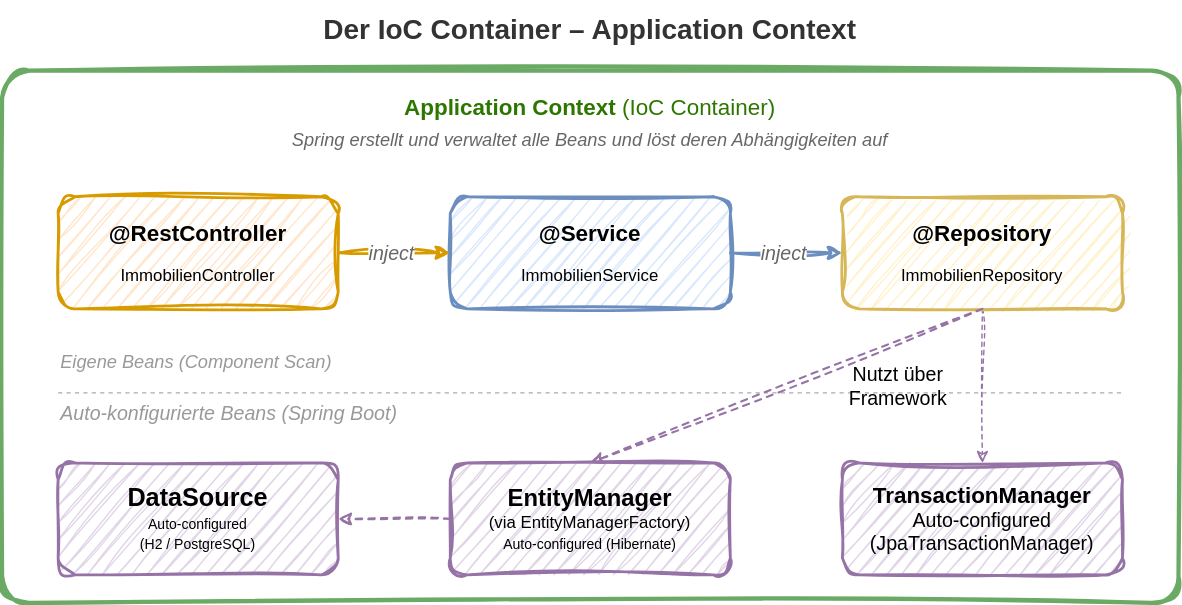
Above: slides/02-spring-boot-basics/images/ioc-container.drawio.svg in it-erben/training-domain-driven-design (draw.io), before the change. Source tidied: cells renumbered, new cells last; positions are measured from the earlier drawing's top-left corner, leaving out a move shared by most shapes. The source it was exported from:
```xml
<mxGraphModel>
  <root>
    <mxCell id="0" />
    <mxCell id="1" parent="0" />
    <mxCell id="2" value="Der IoC Container – Application Context" style="text;html=1;fontSize=20;fontStyle=1;align=center;verticalAlign=middle;whiteSpace=wrap;fontColor=#333333;" parent="1" vertex="1">
      <mxGeometry x="120" width="600" height="40" as="geometry" />
    </mxCell>
    <mxCell id="3" style="rounded=1;whiteSpace=wrap;html=1;fillColor=none;strokeColor=#6aaa64;strokeWidth=3;arcSize=5;dashed=0;sketch=1;curveFitting=1;jiggle=2;" parent="1" vertex="1">
      <mxGeometry y="50" width="840" height="380" as="geometry" />
    </mxCell>
    <mxCell id="4" value="&lt;b&gt;Application Context&lt;/b&gt;  (IoC Container)" style="text;html=1;fontSize=16;align=center;verticalAlign=top;whiteSpace=wrap;fontColor=#2d7600;" parent="1" vertex="1">
      <mxGeometry x="200" y="60" width="440" height="30" as="geometry" />
    </mxCell>
    <mxCell id="5" value="&lt;font style=&quot;font-size: 13px;&quot;&gt;Spring erstellt und verwaltet alle Beans und löst deren Abhängigkeiten auf&lt;/font&gt;" style="text;html=1;fontSize=11;align=center;verticalAlign=middle;whiteSpace=wrap;fontColor=#666666;fontStyle=2;" parent="1" vertex="1">
      <mxGeometry x="170" y="88" width="500" height="22" as="geometry" />
    </mxCell>
    <mxCell id="6" value="&lt;font style=&quot;font-size: 16px;&quot;&gt;&lt;b style=&quot;&quot;&gt;@RestController&lt;/b&gt;&lt;br&gt;&lt;/font&gt;&lt;br&gt;ImmobilienController" style="rounded=1;whiteSpace=wrap;html=1;fillColor=#ffe6cc;strokeColor=#d79b00;strokeWidth=2;fontSize=12;verticalAlign=middle;sketch=1;curveFitting=1;jiggle=2;" parent="1" vertex="1">
      <mxGeometry x="40" y="140" width="200" height="80" as="geometry" />
    </mxCell>
    <mxCell id="7" value="&lt;font style=&quot;font-size: 16px;&quot;&gt;&lt;b style=&quot;&quot;&gt;@Service&lt;/b&gt;&lt;br&gt;&lt;/font&gt;&lt;br&gt;ImmobilienService" style="rounded=1;whiteSpace=wrap;html=1;fillColor=#dae8fc;strokeColor=#6c8ebf;strokeWidth=2;fontSize=12;verticalAlign=middle;sketch=1;curveFitting=1;jiggle=2;" parent="1" vertex="1">
      <mxGeometry x="320" y="140" width="200" height="80" as="geometry" />
    </mxCell>
    <mxCell id="8" style="edgeStyle=none;html=1;sketch=1;curveFitting=1;jiggle=2;fillColor=#e1d5e7;strokeColor=#9673a6;dashed=1;" parent="1" edge="1" source="9" target="19">
      <mxGeometry relative="1" as="geometry" />
    </mxCell>
    <mxCell id="9" value="&lt;font style=&quot;font-size: 16px;&quot;&gt;&lt;b style=&quot;&quot;&gt;@Repository&lt;/b&gt;&lt;br&gt;&lt;/font&gt;&lt;br&gt;ImmobilienRepository" style="rounded=1;whiteSpace=wrap;html=1;fillColor=#fff2cc;strokeColor=#d6b656;strokeWidth=2;fontSize=12;verticalAlign=middle;sketch=1;curveFitting=1;jiggle=2;" parent="1" vertex="1">
      <mxGeometry x="600" y="140" width="200" height="80" as="geometry" />
    </mxCell>
    <mxCell id="10" style="endArrow=classic;html=1;strokeWidth=2;strokeColor=#d79b00;exitX=1;exitY=0.5;exitDx=0;exitDy=0;entryX=0;entryY=0.5;entryDx=0;entryDy=0;sketch=1;curveFitting=1;jiggle=2;fillColor=#ffe6cc;" parent="1" edge="1" source="6" target="7">
      <mxGeometry relative="1" as="geometry" />
    </mxCell>
    <mxCell id="11" value="inject" style="edgeLabel;html=1;align=center;verticalAlign=middle;fontSize=14;fontColor=#666666;fontStyle=2;" parent="10" vertex="1">
      <mxGeometry x="-0.1" relative="1" as="geometry" />
    </mxCell>
    <mxCell id="12" style="endArrow=classic;html=1;strokeWidth=2;strokeColor=#6c8ebf;exitX=1;exitY=0.5;exitDx=0;exitDy=0;entryX=0;entryY=0.5;entryDx=0;entryDy=0;fontSize=14;sketch=1;curveFitting=1;jiggle=2;fillColor=#dae8fc;" parent="1" edge="1" source="7" target="9">
      <mxGeometry relative="1" as="geometry" />
    </mxCell>
    <mxCell id="13" value="inject" style="edgeLabel;html=1;align=center;verticalAlign=middle;fontSize=14;fontColor=#666666;fontStyle=2;" parent="12" vertex="1">
      <mxGeometry x="-0.1" relative="1" as="geometry" />
    </mxCell>
    <mxCell id="14" style="endArrow=none;html=1;strokeWidth=1;strokeColor=#AAAAAA;dashed=1;" parent="1" edge="1">
      <mxGeometry relative="1" as="geometry">
        <mxPoint x="40" y="280" as="sourcePoint" />
        <mxPoint x="800" y="280" as="targetPoint" />
      </mxGeometry>
    </mxCell>
    <mxCell id="15" value="&lt;font style=&quot;font-size: 13px;&quot;&gt;Eigene Beans (Component Scan)&lt;/font&gt;" style="text;html=1;fontSize=10;align=left;verticalAlign=middle;whiteSpace=wrap;fontColor=#999999;fontStyle=2;" parent="1" vertex="1">
      <mxGeometry x="40" y="248" width="200" height="20" as="geometry" />
    </mxCell>
    <mxCell id="16" value="Auto-konfigurierte Beans (Spring Boot)" style="text;html=1;fontSize=14;align=left;verticalAlign=middle;whiteSpace=wrap;fontColor=#999999;fontStyle=2;" parent="1" vertex="1">
      <mxGeometry x="40" y="285" width="250" height="20" as="geometry" />
    </mxCell>
    <mxCell id="17" value="&lt;b&gt;&lt;font style=&quot;font-size: 18px;&quot;&gt;DataSource&lt;/font&gt;&lt;/b&gt;&lt;br&gt;&lt;font style=&quot;font-size:10px;&quot;&gt;Auto-configured&lt;br&gt;(H2 / PostgreSQL)&lt;/font&gt;" style="rounded=1;whiteSpace=wrap;html=1;fillColor=#e1d5e7;strokeColor=#9673a6;strokeWidth=2;fontSize=12;verticalAlign=middle;sketch=1;curveFitting=1;jiggle=2;" parent="1" vertex="1">
      <mxGeometry x="40" y="330" width="200" height="80" as="geometry" />
    </mxCell>
    <mxCell id="18" value="&lt;b&gt;&lt;font style=&quot;font-size: 17px;&quot;&gt;EntityManager&lt;br&gt;&lt;/font&gt;&lt;/b&gt;(via EntityManagerFactory)&lt;br&gt;&lt;font style=&quot;font-size:10px;&quot;&gt;Auto-configured (Hibernate)&lt;/font&gt;" style="rounded=1;whiteSpace=wrap;html=1;fillColor=#e1d5e7;strokeColor=#9673a6;strokeWidth=2;fontSize=12;verticalAlign=middle;sketch=1;curveFitting=1;jiggle=2;" parent="1" vertex="1">
      <mxGeometry x="320" y="330" width="200" height="80" as="geometry" />
    </mxCell>
    <mxCell id="19" value="&lt;font style=&quot;&quot;&gt;&lt;font style=&quot;font-size: 16px;&quot;&gt;&lt;b style=&quot;&quot;&gt;TransactionManager&lt;/b&gt;&lt;/font&gt;&lt;br&gt;&lt;font style=&quot;font-size: 14px;&quot;&gt;Auto-configured&lt;br&gt;(JpaTransactionManager)&lt;/font&gt;&lt;/font&gt;" style="rounded=1;whiteSpace=wrap;html=1;fillColor=#e1d5e7;strokeColor=#9673a6;strokeWidth=2;fontSize=12;verticalAlign=middle;sketch=1;curveFitting=1;jiggle=2;" parent="1" vertex="1">
      <mxGeometry x="600" y="330" width="200" height="80" as="geometry" />
    </mxCell>
    <mxCell id="20" style="endArrow=classic;html=1;strokeWidth=1.5;strokeColor=#9673a6;dashed=1;exitX=0.5;exitY=1;exitDx=0;exitDy=0;entryX=0.5;entryY=0;entryDx=0;entryDy=0;sketch=1;curveFitting=1;jiggle=2;fillColor=#e1d5e7;" parent="1" edge="1" source="9" target="18">
      <mxGeometry relative="1" as="geometry" />
    </mxCell>
    <mxCell id="21" style="endArrow=classic;html=1;strokeWidth=1.5;strokeColor=#9673a6;dashed=1;exitX=0;exitY=0.5;exitDx=0;exitDy=0;entryX=1;entryY=0.5;entryDx=0;entryDy=0;sketch=1;curveFitting=1;jiggle=2;fillColor=#e1d5e7;" parent="1" edge="1" source="18" target="17">
      <mxGeometry relative="1" as="geometry" />
    </mxCell>
    <mxCell id="22" value="Nutzt über Framework" style="text;html=1;align=center;verticalAlign=middle;whiteSpace=wrap;rounded=0;fontSize=14;" parent="1" vertex="1">
      <mxGeometry x="610" y="260" width="60" height="30" as="geometry" />
    </mxCell>
  </root>
</mxGraphModel>
```
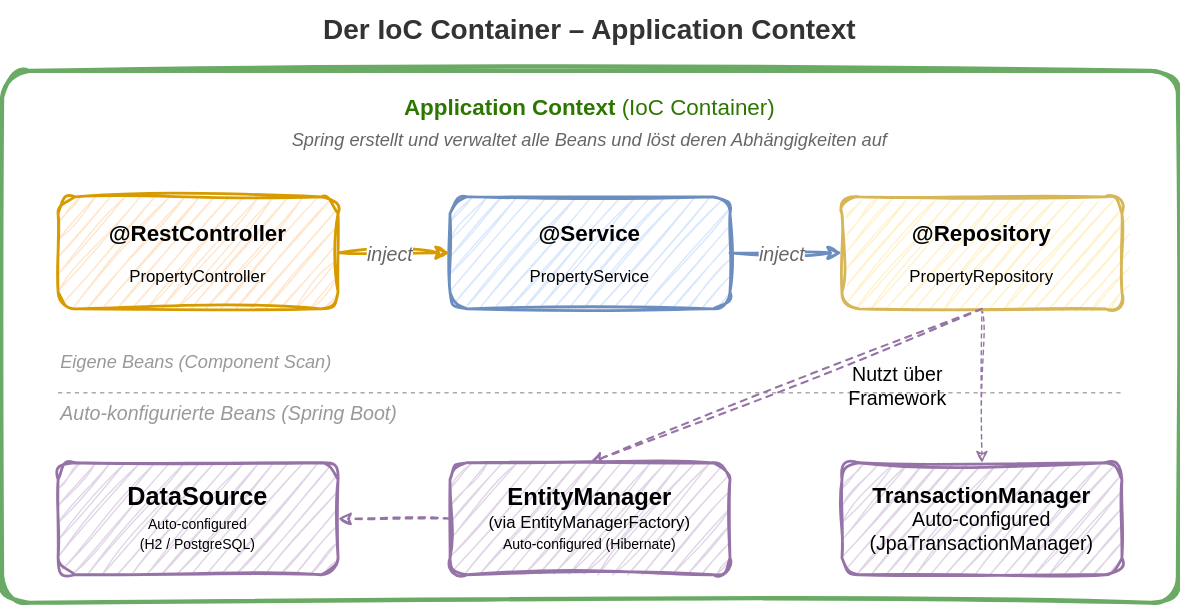
The same file after the commit.

The edit, as a diff of the source:
```diff
@@ -14,16 +14,16 @@
     <mxCell id="5" value="&lt;font style=&quot;font-size: 13px;&quot;&gt;Spring erstellt und verwaltet alle Beans und löst deren Abhängigkeiten auf&lt;/font&gt;" style="text;html=1;fontSize=11;align=center;verticalAlign=middle;whiteSpace=wrap;fontColor=#666666;fontStyle=2;" parent="1" vertex="1">
       <mxGeometry x="170" y="88" width="500" height="22" as="geometry" />
     </mxCell>
-    <mxCell id="6" value="&lt;font style=&quot;font-size: 16px;&quot;&gt;&lt;b style=&quot;&quot;&gt;@RestController&lt;/b&gt;&lt;br&gt;&lt;/font&gt;&lt;br&gt;ImmobilienController" style="rounded=1;whiteSpace=wrap;html=1;fillColor=#ffe6cc;strokeColor=#d79b00;strokeWidth=2;fontSize=12;verticalAlign=middle;sketch=1;curveFitting=1;jiggle=2;" parent="1" vertex="1">
+    <mxCell id="6" value="&lt;font style=&quot;font-size: 16px;&quot;&gt;&lt;b style=&quot;&quot;&gt;@RestController&lt;/b&gt;&lt;br&gt;&lt;/font&gt;&lt;br&gt;PropertyController" style="rounded=1;whiteSpace=wrap;html=1;fillColor=#ffe6cc;strokeColor=#d79b00;strokeWidth=2;fontSize=12;verticalAlign=middle;sketch=1;curveFitting=1;jiggle=2;" parent="1" vertex="1">
       <mxGeometry x="40" y="140" width="200" height="80" as="geometry" />
     </mxCell>
-    <mxCell id="7" value="&lt;font style=&quot;font-size: 16px;&quot;&gt;&lt;b style=&quot;&quot;&gt;@Service&lt;/b&gt;&lt;br&gt;&lt;/font&gt;&lt;br&gt;ImmobilienService" style="rounded=1;whiteSpace=wrap;html=1;fillColor=#dae8fc;strokeColor=#6c8ebf;strokeWidth=2;fontSize=12;verticalAlign=middle;sketch=1;curveFitting=1;jiggle=2;" parent="1" vertex="1">
+    <mxCell id="7" value="&lt;font style=&quot;font-size: 16px;&quot;&gt;&lt;b style=&quot;&quot;&gt;@Service&lt;/b&gt;&lt;br&gt;&lt;/font&gt;&lt;br&gt;PropertyService" style="rounded=1;whiteSpace=wrap;html=1;fillColor=#dae8fc;strokeColor=#6c8ebf;strokeWidth=2;fontSize=12;verticalAlign=middle;sketch=1;curveFitting=1;jiggle=2;" parent="1" vertex="1">
       <mxGeometry x="320" y="140" width="200" height="80" as="geometry" />
     </mxCell>
     <mxCell id="8" style="edgeStyle=none;html=1;sketch=1;curveFitting=1;jiggle=2;fillColor=#e1d5e7;strokeColor=#9673a6;dashed=1;" parent="1" edge="1" source="9" target="19">
       <mxGeometry relative="1" as="geometry" />
     </mxCell>
-    <mxCell id="9" value="&lt;font style=&quot;font-size: 16px;&quot;&gt;&lt;b style=&quot;&quot;&gt;@Repository&lt;/b&gt;&lt;br&gt;&lt;/font&gt;&lt;br&gt;ImmobilienRepository" style="rounded=1;whiteSpace=wrap;html=1;fillColor=#fff2cc;strokeColor=#d6b656;strokeWidth=2;fontSize=12;verticalAlign=middle;sketch=1;curveFitting=1;jiggle=2;" parent="1" vertex="1">
+    <mxCell id="9" value="&lt;font style=&quot;font-size: 16px;&quot;&gt;&lt;b style=&quot;&quot;&gt;@Repository&lt;/b&gt;&lt;br&gt;&lt;/font&gt;&lt;br&gt;PropertyRepository" style="rounded=1;whiteSpace=wrap;html=1;fillColor=#fff2cc;strokeColor=#d6b656;strokeWidth=2;fontSize=12;verticalAlign=middle;sketch=1;curveFitting=1;jiggle=2;" parent="1" vertex="1">
       <mxGeometry x="600" y="140" width="200" height="80" as="geometry" />
     </mxCell>
     <mxCell id="10" style="endArrow=classic;html=1;strokeWidth=2;strokeColor=#d79b00;exitX=1;exitY=0.5;exitDx=0;exitDy=0;entryX=0;entryY=0.5;entryDx=0;entryDy=0;sketch=1;curveFitting=1;jiggle=2;fillColor=#ffe6cc;" parent="1" edge="1" source="6" target="7">
```
